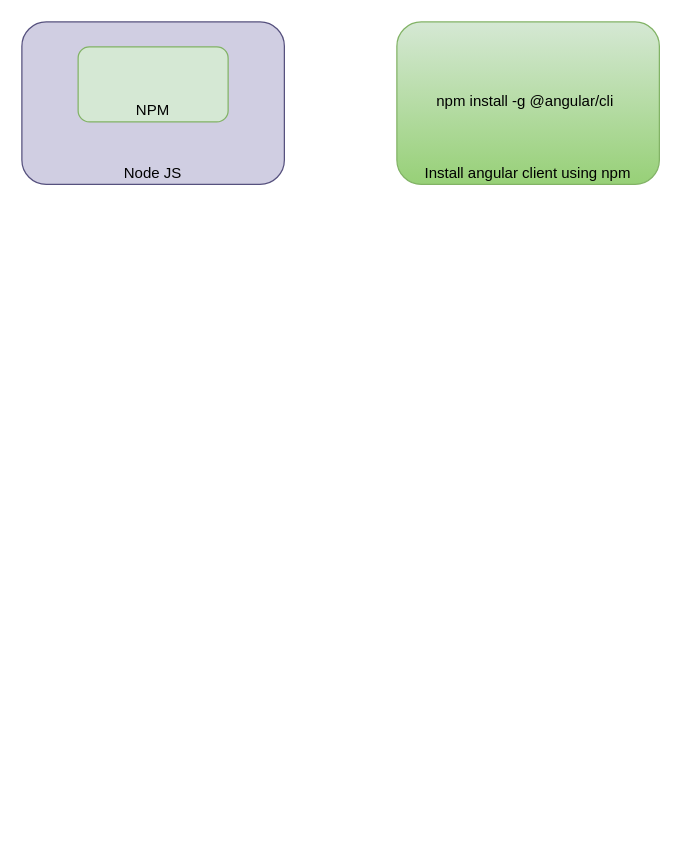
nathub071122/natGIT keeps this draw.io diagram as page "Setup" (1 of 6) of ANGULAR/Angular.drawio. Above is the earlier version. Source tidied: cells renumbered, new cells numbered last; positions are measured from the earlier drawing's top-left corner, leaving out a move shared by most shapes. Both pictures are drawn from the tidied source at 125%, with x=0, y=0 at pixel (21, 21).
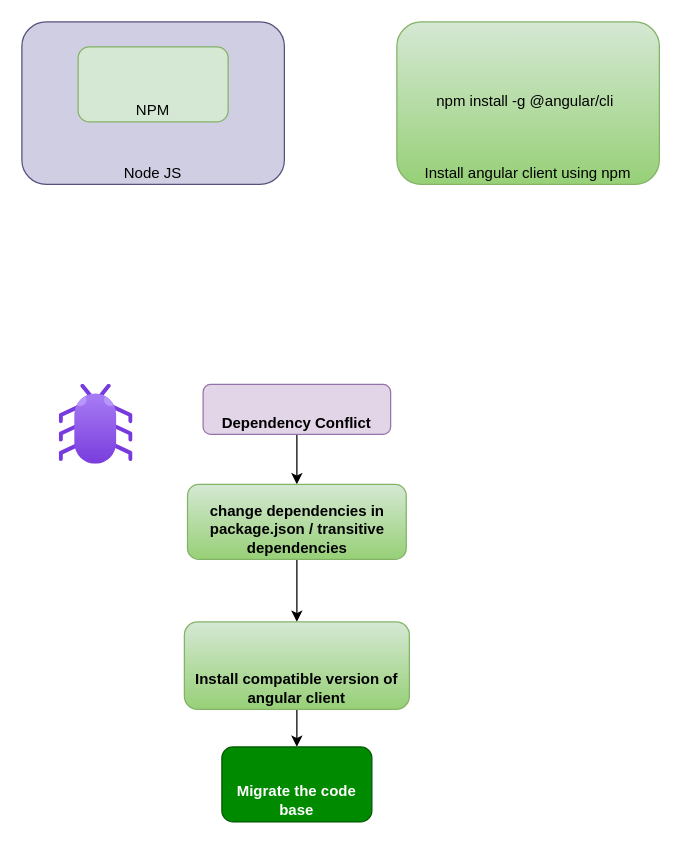
After the change.

What changed in the source:
```diff
@@
 <mxGraphModel>
   <root>
     <mxCell id="0" />
     <mxCell id="1" parent="0" />
     <mxCell id="2" value="Node JS" style="rounded=1;whiteSpace=wrap;html=1;fillColor=#d0cee2;strokeColor=#56517e;verticalAlign=bottom;" parent="1" vertex="1">
       <mxGeometry width="210" height="130" as="geometry" />
     </mxCell>
     <mxCell id="3" value="NPM" style="rounded=1;whiteSpace=wrap;html=1;fillColor=#d5e8d4;strokeColor=#82b366;verticalAlign=bottom;" parent="1" vertex="1">
       <mxGeometry x="45" y="20" width="120" height="60" as="geometry" />
     </mxCell>
     <mxCell id="4" style="group;" parent="1" vertex="1">
       <mxGeometry x="300" width="210" height="130" as="geometry" />
     </mxCell>
     <mxCell id="5" value="Install angular client using npm" style="rounded=1;whiteSpace=wrap;html=1;fillColor=#d5e8d4;strokeColor=#82b366;verticalAlign=bottom;gradientColor=#97d077;" parent="4" vertex="1">
       <mxGeometry width="210" height="130" as="geometry" />
     </mxCell>
     <mxCell id="6" value="npm install -g @angular/cli" style="text;whiteSpace=wrap;html=1;" parent="4" vertex="1">
       <mxGeometry x="30" y="50" width="170" height="30" as="geometry" />
     </mxCell>
+    <mxCell id="7" style="html=1;align=center;image;fontSize=12;image=img/lib/azure2/general/Bug.svg;" parent="1" vertex="1">
+      <mxGeometry x="30" y="290" width="59" height="64" as="geometry" />
+    </mxCell>
+    <mxCell id="8" style="edgeStyle=orthogonalEdgeStyle;rounded=0;jettySize=auto;html=1;" parent="1" edge="1" source="9" target="11">
+      <mxGeometry relative="1" as="geometry" />
+    </mxCell>
+    <mxCell id="9" value="Dependency Conflict" style="rounded=1;whiteSpace=wrap;html=1;fillColor=#e1d5e7;strokeColor=#9673a6;fontStyle=1;verticalAlign=bottom;" parent="1" vertex="1">
+      <mxGeometry x="145" y="290" width="150" height="40" as="geometry" />
+    </mxCell>
+    <mxCell id="10" style="edgeStyle=orthogonalEdgeStyle;rounded=0;jettySize=auto;html=1;" parent="1" edge="1" source="11" target="13">
+      <mxGeometry relative="1" as="geometry" />
+    </mxCell>
+    <mxCell id="11" value="change dependencies in package.json / transitive dependencies" style="rounded=1;whiteSpace=wrap;html=1;fillColor=#d5e8d4;strokeColor=#82b366;fontStyle=1;verticalAlign=bottom;gradientColor=#97d077;" parent="1" vertex="1">
+      <mxGeometry x="132.5" y="370" width="175" height="60" as="geometry" />
+    </mxCell>
+    <mxCell id="12" style="edgeStyle=orthogonalEdgeStyle;rounded=0;jettySize=auto;html=1;" parent="1" edge="1" source="13" target="14">
+      <mxGeometry relative="1" as="geometry" />
+    </mxCell>
+    <mxCell id="13" value="Install compatible version of angular client" style="whiteSpace=wrap;html=1;rounded=1;fontStyle=1;verticalAlign=bottom;strokeColor=#82b366;fillColor=#d5e8d4;gradientColor=#97d077;" parent="1" vertex="1">
+      <mxGeometry x="130" y="480" width="180" height="70" as="geometry" />
+    </mxCell>
+    <mxCell id="14" value="Migrate the code base" style="rounded=1;whiteSpace=wrap;html=1;fontStyle=1;verticalAlign=bottom;strokeColor=#005700;fillColor=#008a00;fontColor=#ffffff;" parent="1" vertex="1">
+      <mxGeometry x="160" y="580" width="120" height="60" as="geometry" />
+    </mxCell>
   </root>
 </mxGraphModel>
```
